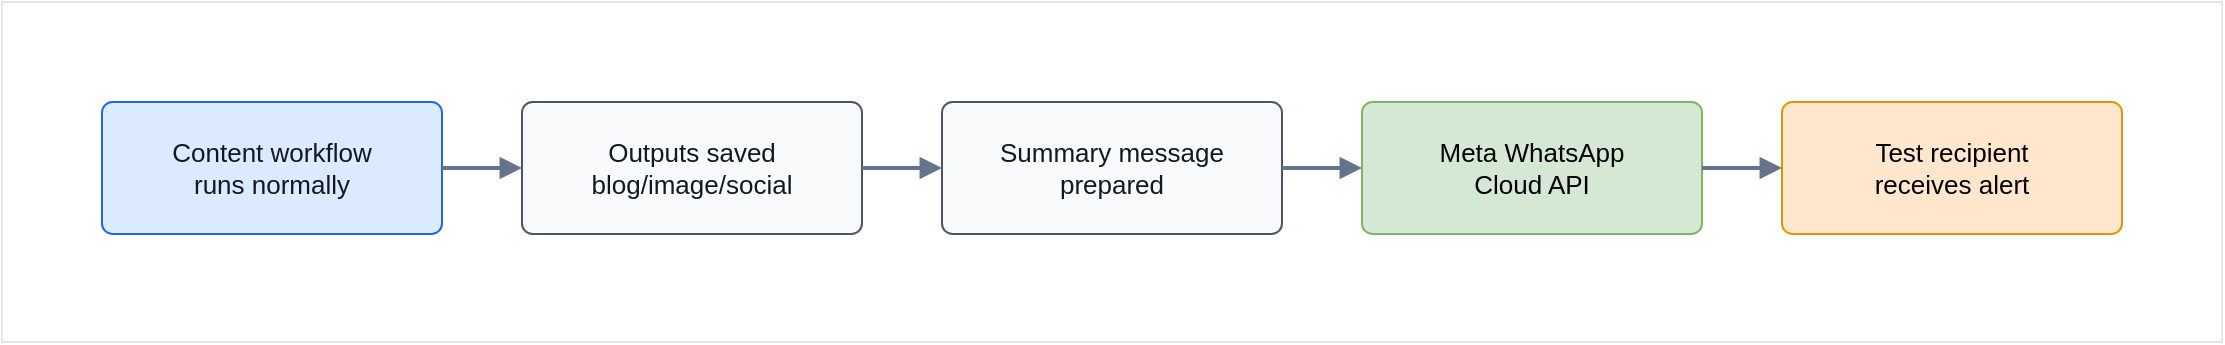
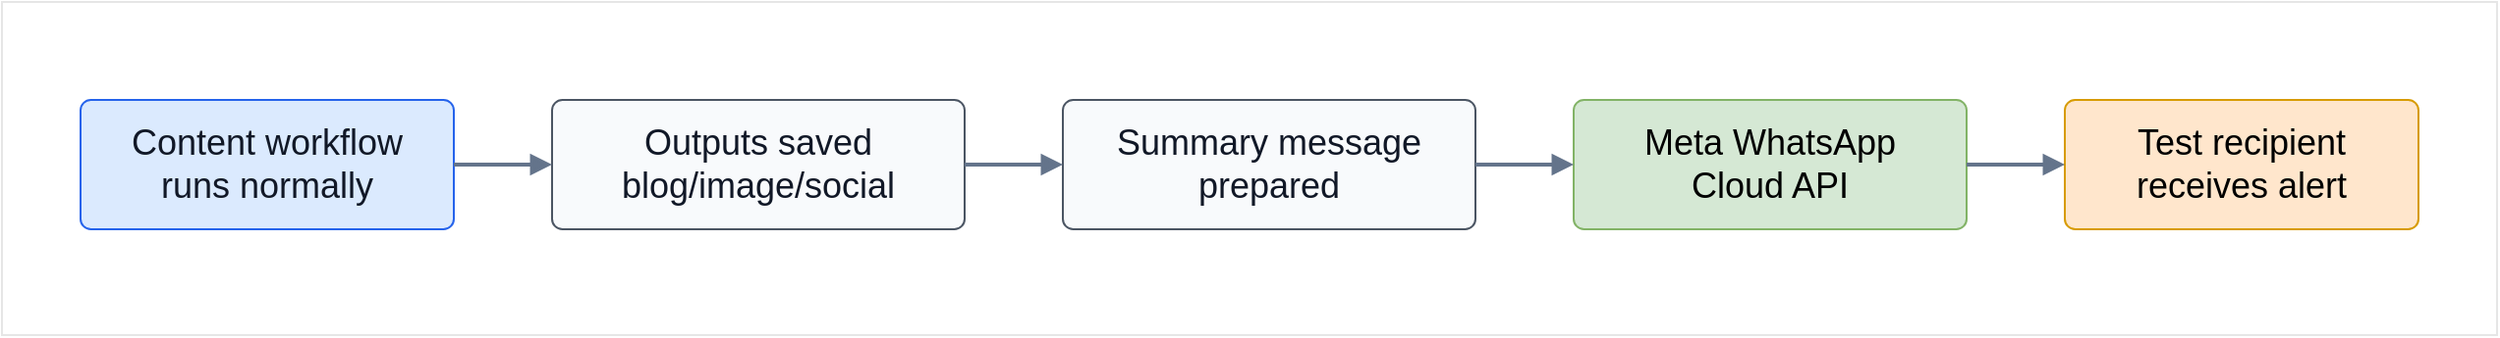
<mxfile host="Electron" agent="Mozilla/5.0 (Windows NT 10.0; Win64; x64) AppleWebKit/537.36 (KHTML, like Gecko) draw.io/29.5.2 Chrome/142.0.7444.265 Electron/39.6.1 Safari/537.36" version="29.5.2">
  <diagram id="whatsapp-api-for-ai-workflows" name="WhatsApp API for AI Workflows">
-     <mxGraphModel dx="2429" dy="766" grid="1" gridSize="10" guides="1" tooltips="1" connect="1" arrows="1" fold="1" page="1" pageScale="1" pageWidth="1120" pageHeight="520" math="0" shadow="0">
+     <mxGraphModel dx="2660" dy="901" grid="1" gridSize="10" guides="1" tooltips="1" connect="1" arrows="1" fold="1" page="1" pageScale="1" pageWidth="1120" pageHeight="520" math="0" shadow="0">
      <root>
        <mxCell id="0" />
        <mxCell id="1" parent="0" />
        <mxCell id="7So0MJ75vCjZ1dlI8hdz-1" parent="1" style="rounded=0;whiteSpace=wrap;html=1;strokeColor=#E6E6E6;" value="" vertex="1">
-           <mxGeometry height="170" width="1110" x="-10" y="130" as="geometry" />
+           <mxGeometry height="170" width="1270" x="-110" y="130" as="geometry" />
        </mxCell>
-         <mxCell id="id2" parent="1" style="rounded=1;whiteSpace=wrap;html=1;arcSize=8;strokeColor=#2563eb;fillColor=#dbeafe;fontColor=#111827;fontSize=13;spacing=10;" value="Content workflow&lt;br&gt;runs normally" vertex="1">
-           <mxGeometry height="66" width="170" x="40" y="180" as="geometry" />
+         <mxCell id="id2" parent="1" style="rounded=1;whiteSpace=wrap;html=1;arcSize=8;strokeColor=#2563eb;fillColor=#dbeafe;fontColor=#111827;fontSize=18;spacing=10;" value="Content workflow&lt;br&gt;runs normally" vertex="1">
+           <mxGeometry height="66" width="190" x="-70" y="180" as="geometry" />
        </mxCell>
-         <mxCell id="id3" parent="1" style="rounded=1;whiteSpace=wrap;html=1;arcSize=8;strokeColor=#4b5563;fillColor=#f8fafc;fontColor=#111827;fontSize=13;spacing=10;" value="Outputs saved&lt;br&gt;blog/image/social" vertex="1">
-           <mxGeometry height="66" width="170" x="250" y="180" as="geometry" />
+         <mxCell id="id3" parent="1" style="rounded=1;whiteSpace=wrap;html=1;arcSize=8;strokeColor=#4b5563;fillColor=#f8fafc;fontColor=#111827;fontSize=18;spacing=10;" value="Outputs saved&lt;br&gt;blog/image/social" vertex="1">
+           <mxGeometry height="66" width="210" x="170" y="180" as="geometry" />
        </mxCell>
-         <mxCell id="id4" parent="1" style="rounded=1;whiteSpace=wrap;html=1;arcSize=8;strokeColor=#4b5563;fillColor=#f8fafc;fontColor=#111827;fontSize=13;spacing=10;" value="Summary message&lt;br&gt;prepared" vertex="1">
-           <mxGeometry height="66" width="170" x="460" y="180" as="geometry" />
+         <mxCell id="id4" parent="1" style="rounded=1;whiteSpace=wrap;html=1;arcSize=8;strokeColor=#4b5563;fillColor=#f8fafc;fontColor=#111827;fontSize=18;spacing=10;" value="Summary message&lt;br&gt;prepared" vertex="1">
+           <mxGeometry height="66" width="210" x="430" y="180" as="geometry" />
        </mxCell>
-         <mxCell id="id5" parent="1" style="rounded=1;whiteSpace=wrap;html=1;arcSize=8;strokeColor=#82b366;fillColor=#d5e8d4;fontSize=13;spacing=10;" value="Meta WhatsApp&lt;br&gt;Cloud API" vertex="1">
-           <mxGeometry height="66" width="170" x="670" y="180" as="geometry" />
+         <mxCell id="id5" parent="1" style="rounded=1;whiteSpace=wrap;html=1;arcSize=8;strokeColor=#82b366;fillColor=#d5e8d4;fontSize=18;spacing=10;" value="Meta WhatsApp&lt;br&gt;Cloud API" vertex="1">
+           <mxGeometry height="66" width="200" x="690" y="180" as="geometry" />
        </mxCell>
-         <mxCell id="id6" parent="1" style="rounded=1;whiteSpace=wrap;html=1;arcSize=8;strokeColor=#d79b00;fillColor=#ffe6cc;fontSize=13;spacing=10;" value="Test recipient&lt;br&gt;receives alert" vertex="1">
-           <mxGeometry height="66" width="170" x="880" y="180" as="geometry" />
+         <mxCell id="id6" parent="1" style="rounded=1;whiteSpace=wrap;html=1;arcSize=8;strokeColor=#d79b00;fillColor=#ffe6cc;fontSize=18;spacing=10;" value="Test recipient&lt;br&gt;receives alert" vertex="1">
+           <mxGeometry height="66" width="180" x="940" y="180" as="geometry" />
        </mxCell>
        <mxCell id="id7" edge="1" parent="1" source="id2" style="endArrow=block;html=1;rounded=0;strokeWidth=2;strokeColor=#64748b;fontColor=#475569;fontSize=11;" target="id3" value="">
          <mxGeometry relative="1" as="geometry" />
        </mxCell>
        <mxCell id="id8" edge="1" parent="1" source="id3" style="endArrow=block;html=1;rounded=0;strokeWidth=2;strokeColor=#64748b;fontColor=#475569;fontSize=11;" target="id4" value="">
          <mxGeometry relative="1" as="geometry" />
        </mxCell>
        <mxCell id="id9" edge="1" parent="1" source="id4" style="endArrow=block;html=1;rounded=0;strokeWidth=2;strokeColor=#64748b;fontColor=#475569;fontSize=11;" target="id5" value="">
          <mxGeometry relative="1" as="geometry" />
        </mxCell>
        <mxCell id="id10" edge="1" parent="1" source="id5" style="endArrow=block;html=1;rounded=0;strokeWidth=2;strokeColor=#64748b;fontColor=#475569;fontSize=11;" target="id6" value="">
          <mxGeometry relative="1" as="geometry" />
        </mxCell>
      </root>
    </mxGraphModel>
  </diagram>
</mxfile>
